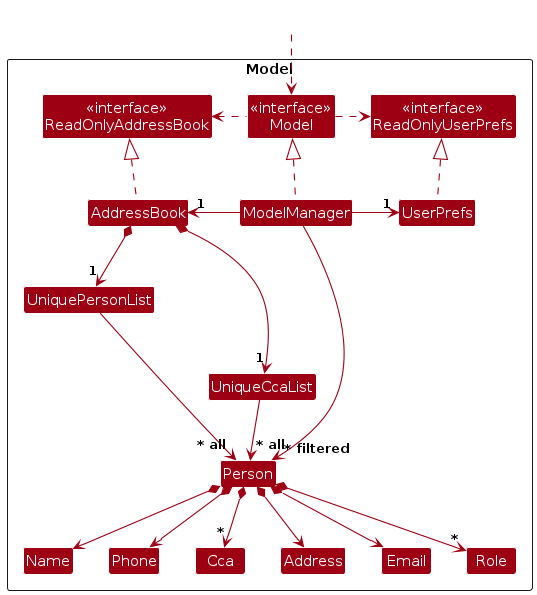
Before: diagrams/ModelClassDiagram.png, a diagram exported from PlantUML (LifHoshi/tp). Its source is kept beside it as diagrams/ModelClassDiagram.puml.
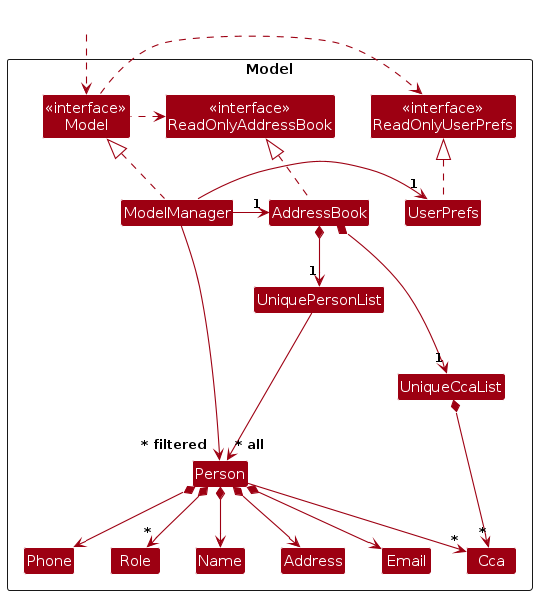
The same diagram one commit later.

What changed in the source:
```diff
@@ -39,14 +39,14 @@
 
 AddressBook *--> "1" UniquePersonList
 AddressBook *--> "1" UniqueCcaList
+UniqueCcaList *--> "*" Cca
 UniquePersonList --> "~* all" Person
-UniqueCcaList --> "~* all" Person
 Person *--> Name
 Person *--> Phone
 Person *--> Email
 Person *--> Address
 Person *--> "*" Role
-Person *--> "*" Cca
+Person --> "*" Cca
 
 Person -[hidden]up--> I
 UniquePersonList -[hidden]right-> I
```
